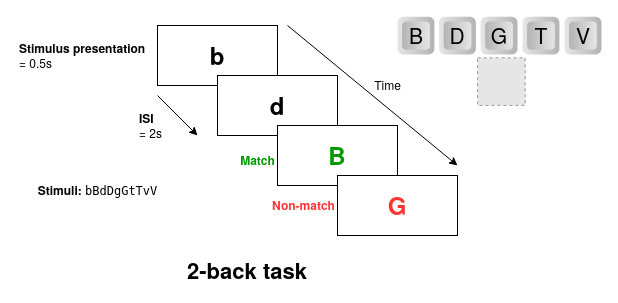
This is page "N-back" (5 of 11) of resources/defense_figures.drawio from morteza/thesis, a draw.io file, before an edit. Source tidied: cells renumbered, new cells numbered last; positions are measured from the earlier drawing's top-left corner, leaving out a move shared by most shapes. Both pictures are drawn from the tidied source at 100%, with x=0, y=0 at pixel (17, 16). Pictures stored in the file or linked from it are replaced by grey dashed boxes.
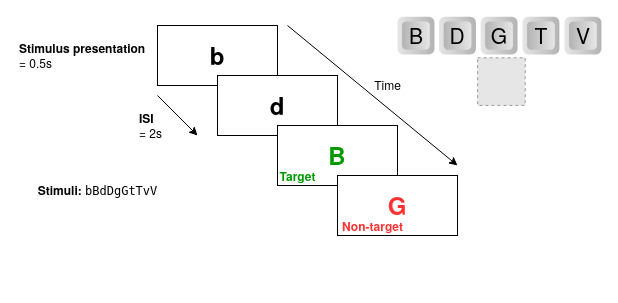
After the change.

What changed in the source:
```diff
@@
-    <mxCell id="10" value="Match" style="text;html=1;align=center;verticalAlign=middle;strokeColor=none;fillColor=none;fontSize=12;fontFamily=Helvetica Neue;fontColor=#009900;fontStyle=1;" parent="1" vertex="1">
-      <mxGeometry x="210" y="129" width="60" height="30" as="geometry" />
+    <mxCell id="10" value="Target" style="text;html=1;align=center;verticalAlign=bottom;strokeColor=none;fillColor=none;fontSize=12;fontFamily=Helvetica Neue;fontColor=#009900;fontStyle=1;" parent="1" vertex="1">
+      <mxGeometry x="250" y="139" width="60" height="30" as="geometry" />
     </mxCell>
-    <mxCell id="11" value="Non-match" style="text;html=1;align=center;verticalAlign=middle;strokeColor=none;fillColor=none;fontSize=12;fontFamily=Helvetica Neue;fontColor=#FF3333;fontStyle=1;" parent="1" vertex="1">
-      <mxGeometry x="241" y="174" width="90" height="30" as="geometry" />
+    <mxCell id="11" value="Non-target" style="text;html=1;align=center;verticalAlign=bottom;strokeColor=none;fillColor=none;fontSize=12;fontFamily=Helvetica Neue;fontColor=#FF3333;fontStyle=1;" parent="1" vertex="1">
+      <mxGeometry x="310" y="189" width="90" height="30" as="geometry" />
     </mxCell>
@@
-    <mxCell id="14" value="2-back task" style="text;html=1;strokeColor=none;fillColor=none;align=center;verticalAlign=middle;whiteSpace=wrap;rounded=0;fontFamily=Helvetica Neue;fontSize=22;fontColor=default;fontStyle=1;" parent="1" vertex="1">
-      <mxGeometry x="160" y="239" width="140" height="30" as="geometry" />
-    </mxCell>
```
